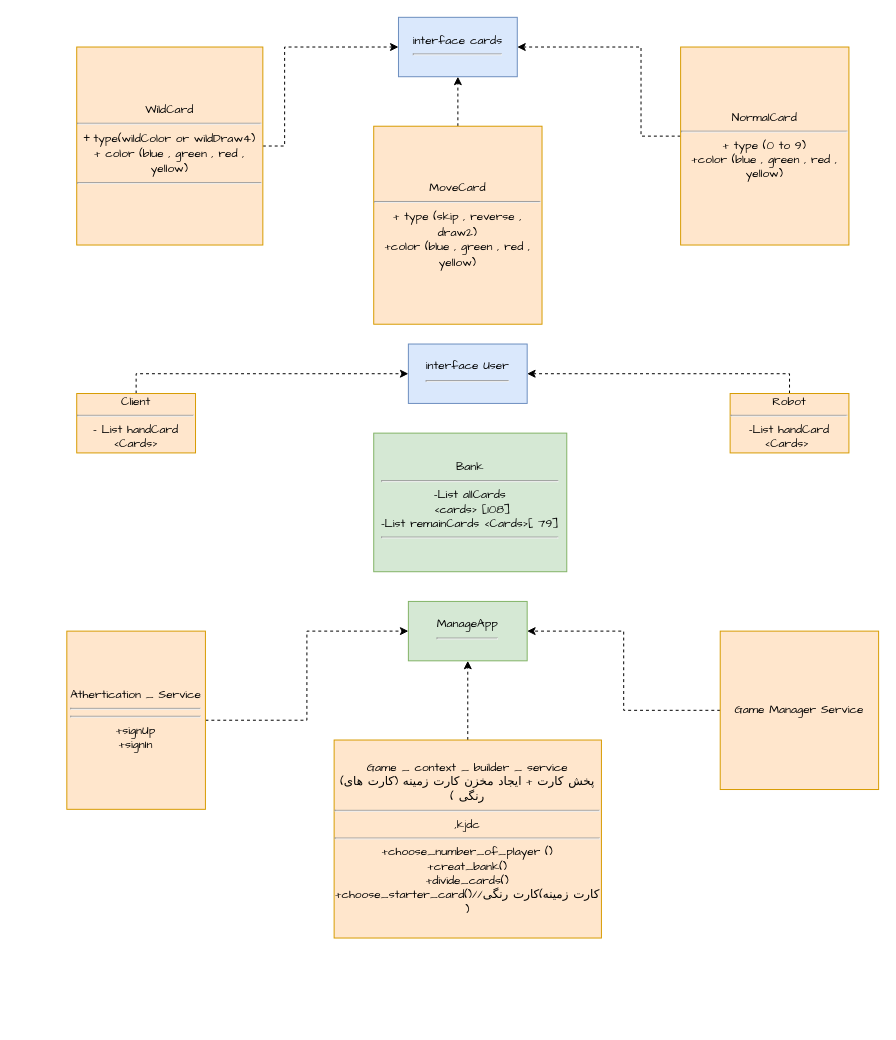
Earlier version of the draw.io diagram UML.drawio (PA-M0/project-AP-ouno). Source tidied: cells renumbered, new cells numbered last; positions are measured from the earlier drawing's top-left corner, leaving out a move shared by most shapes. Both pictures are drawn from the tidied source at 99%, with x=0, y=0 at pixel (66, 17).
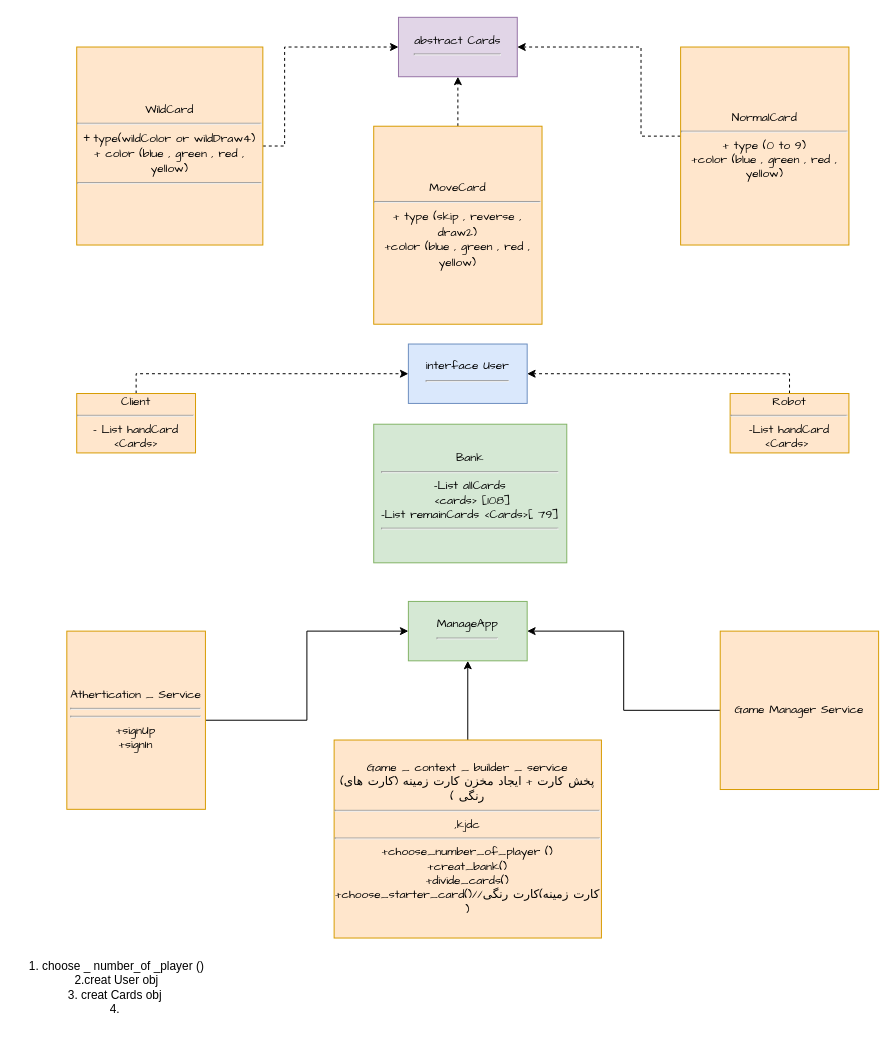
The same diagram, later.

The change refers to these unchanged cells:
```xml
<mxCell id="15" value="ManageApp&lt;hr&gt;" style="rounded=0;whiteSpace=wrap;html=1;fontFamily=Comic Sans MS;fillColor=#d5e8d4;strokeColor=#82b366;" parent="1" vertex="1">
  <mxGeometry x="345" y="590" width="120" height="60" as="geometry" />
</mxCell>
<mxCell id="17" value="Game Manager Service" style="whiteSpace=wrap;html=1;fontFamily=Comic Sans MS;fillColor=#ffe6cc;strokeColor=#d79b00;rounded=0;" parent="1" vertex="1">
  <mxGeometry x="660" y="620" width="160" height="160" as="geometry" />
</mxCell>
<mxCell id="19" value="Athertication _ Service&lt;br&gt;&lt;hr&gt;&lt;hr&gt;+signUp&lt;br&gt;+signIn" style="whiteSpace=wrap;html=1;fontFamily=Comic Sans MS;fillColor=#ffe6cc;strokeColor=#d79b00;rounded=0;" parent="1" vertex="1">
  <mxGeometry y="620" width="140" height="180" as="geometry" />
</mxCell>
<mxCell id="21" value="Game _ context _ builder _ service&lt;br&gt;(پخش کارت + ایجاد مخزن کارت زمینه (کارت های رنگی )&lt;br&gt;&lt;hr&gt;,kjdc&lt;hr&gt;+choose_number_of_player ()&lt;br&gt;+creat_bank()&lt;br&gt;+divide_cards()&lt;br&gt;+choose_starter_card()//کارت زمینه)کارت رنگی )&lt;br&gt;" style="whiteSpace=wrap;html=1;fontFamily=Comic Sans MS;fillColor=#ffe6cc;strokeColor=#d79b00;rounded=0;" parent="1" vertex="1">
  <mxGeometry x="270" y="730" width="270" height="200" as="geometry" />
</mxCell>
```

The edit, as a diff of the source:
```diff
@@
-    <mxCell id="2" value="&lt;font face=&quot;Comic Sans MS&quot;&gt;interface cards&lt;/font&gt;&lt;hr&gt;" style="rounded=0;whiteSpace=wrap;html=1;fillColor=#dae8fc;strokeColor=#6c8ebf;" parent="1" vertex="1">
+    <mxCell id="2" value="&lt;font face=&quot;Comic Sans MS&quot;&gt;abstract Cards&lt;/font&gt;&lt;hr&gt;" style="rounded=0;whiteSpace=wrap;html=1;fillColor=#e1d5e7;strokeColor=#9673a6;" parent="1" vertex="1">
       <mxGeometry x="335" width="120" height="60" as="geometry" />
     </mxCell>
@@
     <mxCell id="14" value="Bank&lt;hr&gt;-List allCards&lt;br&gt;&amp;nbsp;&amp;lt;cards&amp;gt; [108]&lt;br&gt;-List remainCards &amp;lt;Cards&amp;gt;[ 79]&lt;br&gt;&lt;hr&gt;" style="rounded=0;whiteSpace=wrap;html=1;fontFamily=Comic Sans MS;fillColor=#d5e8d4;strokeColor=#82b366;" parent="1" vertex="1">
-      <mxGeometry x="310" y="420" width="195" height="140" as="geometry" />
+      <mxGeometry x="310" y="411" width="195" height="140" as="geometry" />
     </mxCell>
@@
-    <mxCell id="16" style="edgeStyle=orthogonalEdgeStyle;rounded=0;jettySize=auto;html=1;dashed=1;strokeColor=default;fontFamily=Comic Sans MS;" parent="1" edge="1" source="17" target="15">
+    <mxCell id="16" style="edgeStyle=orthogonalEdgeStyle;rounded=0;jettySize=auto;html=1;strokeColor=default;fontFamily=Comic Sans MS;" parent="1" edge="1" source="17" target="15">
       <mxGeometry relative="1" as="geometry" />
     </mxCell>
@@
-    <mxCell id="18" style="edgeStyle=orthogonalEdgeStyle;rounded=0;jettySize=auto;html=1;dashed=1;strokeColor=default;fontFamily=Comic Sans MS;" parent="1" edge="1" source="19" target="15">
+    <mxCell id="18" style="edgeStyle=orthogonalEdgeStyle;rounded=0;jettySize=auto;html=1;strokeColor=default;fontFamily=Comic Sans MS;" parent="1" edge="1" source="19" target="15">
       <mxGeometry relative="1" as="geometry" />
     </mxCell>
@@
-    <mxCell id="20" style="edgeStyle=orthogonalEdgeStyle;rounded=0;jettySize=auto;html=1;dashed=1;strokeColor=default;fontFamily=Comic Sans MS;" parent="1" edge="1" source="21" target="15">
+    <mxCell id="20" style="edgeStyle=orthogonalEdgeStyle;rounded=0;jettySize=auto;html=1;strokeColor=default;fontFamily=Comic Sans MS;" parent="1" edge="1" source="21" target="15">
       <mxGeometry relative="1" as="geometry" />
     </mxCell>
@@
+    <mxCell id="22" value="1. choose _ number_of _player ()&lt;br&gt;2.creat User obj&lt;br&gt;3. creat Cards obj&amp;nbsp;&lt;br&gt;4.&amp;nbsp;" style="text;html=1;align=center;verticalAlign=middle;strokeColor=none;fillColor=none;rotation=0;" parent="1" vertex="1">
+      <mxGeometry x="-50" y="945" width="200" height="70" as="geometry" />
+    </mxCell>
```
